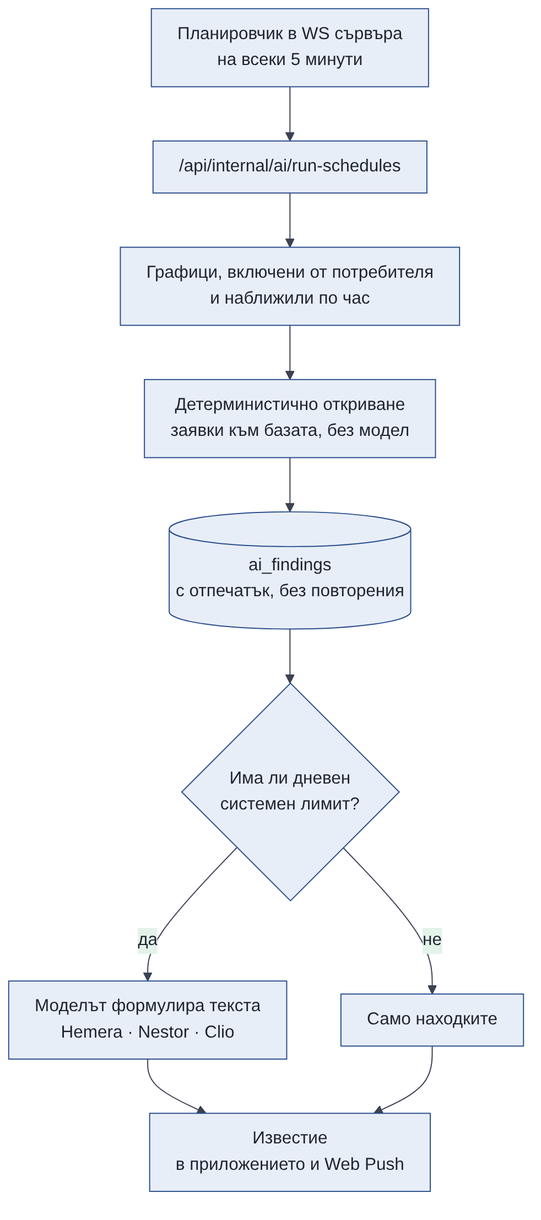
Above: docs/diploma/diagrams/out/10-scheduled-agents.png in tuncheva/KAIROS (Mermaid), before the change. Its source is kept beside it as docs/diploma/diagrams/src/10-scheduled-agents.mmd. Source of this version:
```mermaid
flowchart TB
  tick["Планировчик в WS сървъра<br>на всеки 5 минути"] --> ep["/api/internal/ai/run-schedules"]
  ep --> due["Графици, включени от потребителя<br>и наближили по час"]
  due --> det["Детерминистично откриване<br>заявки към базата, без модел"]
  det --> fnd[("ai_findings<br>с отпечатък, без повторения")]
  fnd --> lim{"Има ли дневен<br>системен лимит?"}
  lim -->|"да"| llm["Моделът формулира текста<br>Hemera · Nestor · Clio"]
  lim -->|"не"| raw["Само находките"]
  llm --> ntf["Известие<br>в приложението и Web Push"]
  raw --> ntf
```
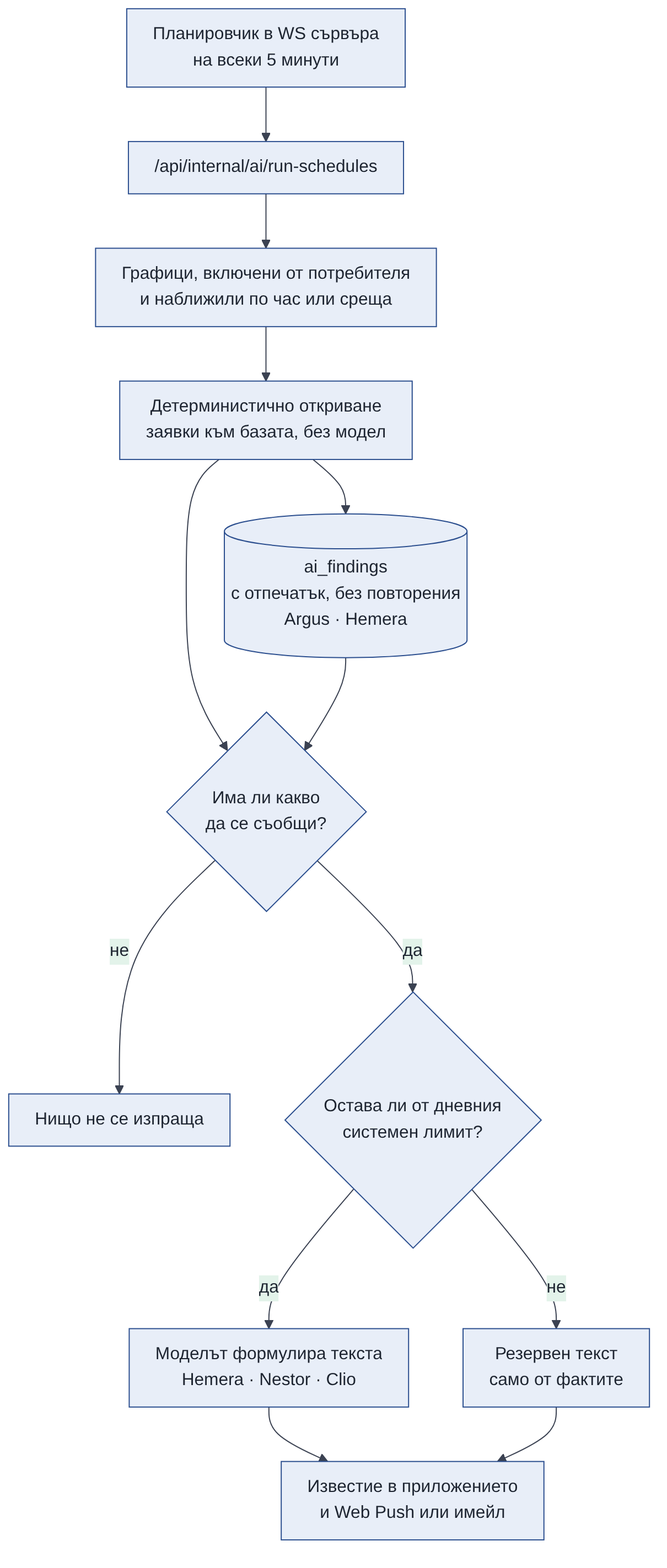
The same diagram one commit later.

Diff of the diagram source:
```diff
@@ -1,10 +1,13 @@
 flowchart TB
   tick["Планировчик в WS сървъра<br>на всеки 5 минути"] --> ep["/api/internal/ai/run-schedules"]
-  ep --> due["Графици, включени от потребителя<br>и наближили по час"]
+  ep --> due["Графици, включени от потребителя<br>и наближили по час или среща"]
   due --> det["Детерминистично откриване<br>заявки към базата, без модел"]
-  det --> fnd[("ai_findings<br>с отпечатък, без повторения")]
-  fnd --> lim{"Има ли дневен<br>системен лимит?"}
+  det --> fnd[("ai_findings<br>с отпечатък, без повторения<br>Argus · Hemera")]
+  det --> empty{"Има ли какво<br>да се съобщи?"}
+  fnd --> empty
+  empty -->|"не"| quiet["Нищо не се изпраща"]
+  empty -->|"да"| lim{"Остава ли от дневния<br>системен лимит?"}
   lim -->|"да"| llm["Моделът формулира текста<br>Hemera · Nestor · Clio"]
-  lim -->|"не"| raw["Само находките"]
-  llm --> ntf["Известие<br>в приложението и Web Push"]
+  lim -->|"не"| raw["Резервен текст<br>само от фактите"]
+  llm --> ntf["Известие в приложението<br>и Web Push или имейл"]
   raw --> ntf
```
